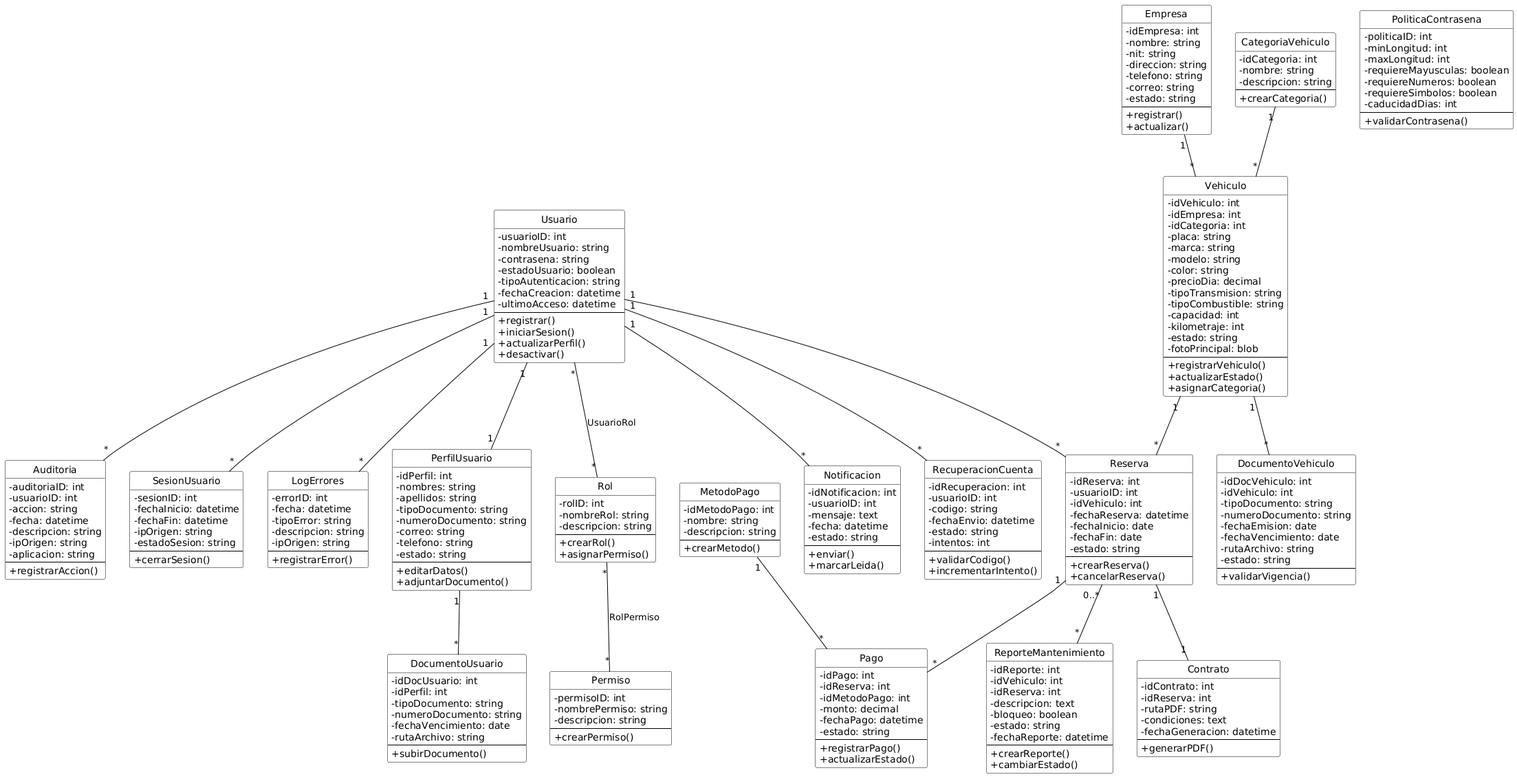
Before: Artefacto2_Proyecto/Diagrama_Clases.png, a diagram exported from PlantUML (Dannabarrios/Artefacto2_Proyecto).
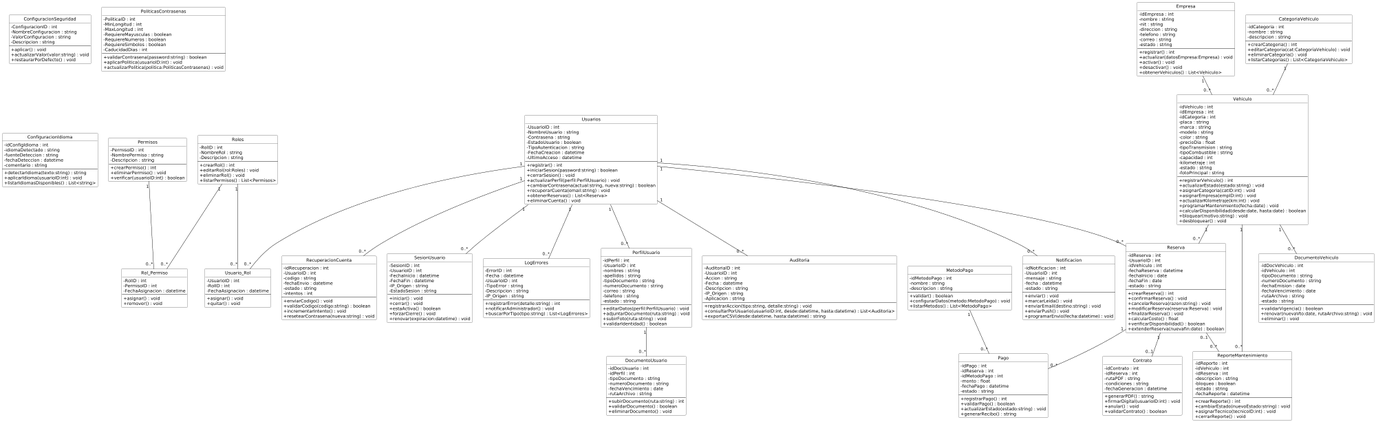
The same file after the commit.

What changed in the source:
```diff
@@ -1,268 +1,376 @@
 @startuml
+skinparam backgroundColor white
+skinparam class {
+    BackgroundColor White
+    ArrowColor Black
+    BorderColor Black
+}
+scale 2000 width
 
 hide circle
-skinparam classIcon false
+skinparam classAttributeIconSize 0
+skinparam classMethodIconSize 0
 
-skinparam class {
-    BackgroundColor White
-    BorderColor Black
-    ArrowColor Black
-    AttributeIconSize 0
+skinparam shadowing false
+skinparam defaultFontName "Arial"
+
+class Usuarios {
+    -UsuarioID : int
+    -NombreUsuario : string
+    -Contrasena : string
+    -EstadoUsuario : boolean
+    -TipoAutenticacion : string
+    -FechaCreacion : datetime
+    -UltimoAcceso : datetime
+    --
+    +registrar() : int
+    +iniciarSesion(password:string) : boolean
+    +cerrarSesion() : void
+    +actualizarPerfil(perfil:PerfilUsuario) : void
+    +cambiarContrasena(actual:string, nueva:string) : boolean
+    +recuperarCuenta(email:string) : void
+    +obtenerReservas() : List<Reserva>
+    +eliminarCuenta() : void
 }
 
-class Usuario {
-    -usuarioID: int
-    -nombreUsuario: string
-    -contrasena: string
-    -estadoUsuario: boolean
-    -tipoAutenticacion: string
-    -fechaCreacion: datetime
-    -ultimoAcceso: datetime
+class Roles {
+    -RolID : int
+    -NombreRol : string
+    -Descripcion : string
     --
-    +registrar()
-    +iniciarSesion()
-    +actualizarPerfil()
-    +desactivar()
+    +crearRol() : int
+    +editarRol(rol:Roles) : void
+    +eliminarRol() : void
+    +listarPermisos() : List<Permisos>
+}
+
+class Usuario_Rol {
+    -UsuarioID : int
+    -RolID : int
+    -FechaAsignacion : datetime
+    --
+    +asignar() : void
+    +quitar() : void
+}
+
+class Permisos {
+    -PermisoID : int
+    -NombrePermiso : string
+    -Descripcion : string
+    --
+    +crearPermiso() : int
+    +eliminarPermiso() : void
+    +verificar(usuarioID:int) : boolean
+}
+
+class Rol_Permiso {
+    -RolID : int
+    -PermisoID : int
+    -FechaAsignacion : datetime
+    --
+    +asignar() : void
+    +remover() : void
+}
+
+class Auditoria {
+    -AuditoriaID : int
+    -UsuarioID : int
+    -Accion : string
+    -Fecha : datetime
+    -Descripcion : string
+    -IP_Origen : string
+    -Aplicacion : string
+    --
+    +registrarAccion(tipo:string, detalle:string) : void
+    +consultarPorUsuario(usuarioID:int, desde:datetime, hasta:datetime) : List<Auditoria>
+    +exportarCSV(desde:datetime, hasta:datetime) : string
+}
+
+class ConfiguracionSeguridad {
+    -ConfiguracionID : int
+    -NombreConfiguracion : string
+    -ValorConfiguracion : string
+    -Descripcion : string
+    --
+    +aplicar() : void
+    +actualizarValor(valor:string) : void
+    +restaurarPorDefecto() : void
+}
+
+class SesionUsuario {
+    -SesionID : int
+    -UsuarioID : int
+    -FechaInicio : datetime
+    -FechaFin : datetime
+    -IP_Origen : string
+    -EstadoSesion : string
+    --
+    +iniciar() : void
+    +cerrar() : void
+    +estaActiva() : boolean
+    +forzarCierre() : void
+    +renovar(expiracion:datetime) : void
+}
+
+class LogErrores {
+    -ErrorID : int
+    -Fecha : datetime
+    -UsuarioID : int
+    -TipoError : string
+    -Descripcion : string
+    -IP_Origen : string
+    --
+    +registrarError(detalle:string) : int
+    +notificarAdministrador() : void
+    +buscarPorTipo(tipo:string) : List<LogErrores>
+}
+
+class PoliticasContrasenas {
+    -PoliticaID : int
+    -MinLongitud : int
+    -MaxLongitud : int
+    -RequiereMayusculas : boolean
+    -RequiereNumeros : boolean
+    -RequiereSimbolos : boolean
+    -CaducidadDias : int
+    --
+    +validarContrasena(password:string) : boolean
+    +aplicarPolitica(usuarioID:int) : void
+    +actualizarPolitica(politica:PoliticasContrasenas) : void
+}
+
+class Empresa {
+    -idEmpresa : int
+    -nombre : string
+    -nit : string
+    -direccion : string
+    -telefono : string
+    -correo : string
+    -estado : string
+    --
+    +registrar() : int
+    +actualizar(datosEmpresa:Empresa) : void
+    +activar() : void
+    +desactivar() : void
+    +obtenerVehiculos() : List<Vehiculo>
 }
 
 class PerfilUsuario {
-    -idPerfil: int
-    -nombres: string
-    -apellidos: string
-    -tipoDocumento: string
-    -numeroDocumento: string
-    -correo: string
-    -telefono: string
-    -estado: string
+    -idPerfil : int
+    -UsuarioID : int
+    -nombres : string
+    -apellidos : string
+    -tipoDocumento : string
+    -numeroDocumento : string
+    -correo : string
+    -telefono : string
+    -estado : string
     --
-    +editarDatos()
-    +adjuntarDocumento()
-}
-
-class Rol {
-    -rolID: int
-    -nombreRol: string
-    -descripcion: string
-    --
-    +crearRol()
-    +asignarPermiso()
-}
-
-class Permiso {
-    -permisoID: int
-    -nombrePermiso: string
-    -descripcion: string
-    --
-    +crearPermiso()
-}
-
-class Auditoria {
-    -auditoriaID: int
-    -usuarioID: int
-    -accion: string
-    -fecha: datetime
-    -descripcion: string
-    -ipOrigen: string
-    -aplicacion: string
-    --
-    +registrarAccion()
-}
-
-class SesionUsuario {
-    -sesionID: int
-    -fechaInicio: datetime
-    -fechaFin: datetime
-    -ipOrigen: string
-    -estadoSesion: string
-    --
-    +cerrarSesion()
-}
-
-class LogErrores {
-    -errorID: int
-    -fecha: datetime
-    -tipoError: string
-    -descripcion: string
-    -ipOrigen: string
-    --
-    +registrarError()
-}
-
-class PoliticaContrasena {
-    -politicaID: int
-    -minLongitud: int
-    -maxLongitud: int
-    -requiereMayusculas: boolean
-    -requiereNumeros: boolean
-    -requiereSimbolos: boolean
-    -caducidadDias: int
-    --
-    +validarContrasena()
-}
-
-class Empresa {
-    -idEmpresa: int
-    -nombre: string
-    -nit: string
-    -direccion: string
-    -telefono: string
-    -correo: string
-    -estado: string
-    --
-    +registrar()
-    +actualizar()
+    +editarDatos(perfil:PerfilUsuario) : void
+    +adjuntarDocumento(ruta:string) : void
+    +subirFoto(ruta:string) : void
+    +validarIdentidad() : boolean
 }
 
 class CategoriaVehiculo {
-    -idCategoria: int
-    -nombre: string
-    -descripcion: string
+    -idCategoria : int
+    -nombre : string
+    -descripcion : string
     --
-    +crearCategoria()
+    +crearCategoria() : int
+    +editarCategoria(cat:CategoriaVehiculo) : void
+    +eliminarCategoria() : void
+    +listarCategorias() : List<CategoriaVehiculo>
 }
 
 class Vehiculo {
-    -idVehiculo: int
-    -idEmpresa: int
-    -idCategoria: int
-    -placa: string
-    -marca: string
-    -modelo: string
-    -color: string
-    -precioDia: decimal
-    -tipoTransmision: string
-    -tipoCombustible: string
-    -capacidad: int
-    -kilometraje: int
-    -estado: string
-    -fotoPrincipal: blob
+    -idVehiculo : int
+    -idEmpresa : int
+    -idCategoria : int
+    -placa : string
+    -marca : string
+    -modelo : string
+    -color : string
+    -precioDia : float
+    -tipoTransmision : string
+    -tipoCombustible : string
+    -capacidad : int
+    -kilometraje : int
+    -estado : string
+    -fotoPrincipal : string
     --
-    +registrarVehiculo()
-    +actualizarEstado()
-    +asignarCategoria()
+    +registrarVehiculo() : int
+    +actualizarEstado(estado:string) : void
+    +asignarCategoria(catID:int) : void
+    +asignarEmpresa(empID:int) : void
+    +actualizarKilometraje(km:int) : void
+    +programarMantenimiento(fecha:date) : void
+    +calcularDisponibilidad(desde:date, hasta:date) : boolean
+    +bloquear(motivo:string) : void
+    +desbloquear() : void
 }
 
 class DocumentoVehiculo {
-    -idDocVehiculo: int
-    -idVehiculo: int
-    -tipoDocumento: string
-    -numeroDocumento: string
-    -fechaEmision: date
-    -fechaVencimiento: date
-    -rutaArchivo: string
-    -estado: string
+    -idDocVehiculo : int
+    -idVehiculo : int
+    -tipoDocumento : string
+    -numeroDocumento : string
+    -fechaEmision : date
+    -fechaVencimiento : date
+    -rutaArchivo : string
+    -estado : string
     --
-    +validarVigencia()
+    +validarVigencia() : boolean
+    +renovar(nuevaVto:date, rutaArchivo:string) : void
+    +eliminar() : void
 }
 
 class DocumentoUsuario {
-    -idDocUsuario: int
-    -idPerfil: int
-    -tipoDocumento: string
-    -numeroDocumento: string
-    -fechaVencimiento: date
-    -rutaArchivo: string
+    -idDocUsuario : int
+    -idPerfil : int
+    -tipoDocumento : string
+    -numeroDocumento : string
+    -fechaVencimiento : date
+    -rutaArchivo : string
     --
-    +subirDocumento()
+    +subirDocumento(ruta:string) : int
+    +validarDocumento() : boolean
+    +eliminarDocumento() : void
 }
 
 class Reserva {
-    -idReserva: int
-    -usuarioID: int
-    -idVehiculo: int
-    -fechaReserva: datetime
-    -fechaInicio: date
-    -fechaFin: date
-    -estado: string
+    -idReserva : int
+    -UsuarioID : int
+    -idVehiculo : int
+    -fechaReserva : datetime
+    -fechaInicio : date
+    -fechaFin : date
+    -estado : string
     --
-    +crearReserva()
-    +cancelarReserva()
+    +crearReserva() : int
+    +confirmarReserva() : void
+    +cancelarReserva(razon:string) : void
+    +modificarReserva(reserva:Reserva) : void
+    +finalizarReserva() : void
+    +calcularCosto() : float
+    +verificarDisponibilidad() : boolean
+    +extenderReserva(nuevafin:date) : boolean
 }
 
 class Contrato {
-    -idContrato: int
-    -idReserva: int
-    -rutaPDF: string
-    -condiciones: text
-    -fechaGeneracion: datetime
+    -idContrato : int
+    -idReserva : int
+    -rutaPDF : string
+    -condiciones : string
+    -fechaGeneracion : datetime
     --
-    +generarPDF()
+    +generarPDF() : string
+    +firmarDigital(usuarioID:int) : void
+    +anular() : void
+    +validarContrato() : boolean
 }
 
 class MetodoPago {
-    -idMetodoPago: int
-    -nombre: string
-    -descripcion: string
+    -idMetodoPago : int
+    -nombre : string
+    -descripcion : string
     --
-    +crearMetodo()
+    +validar() : boolean
+    +configurarDatos(metodo:MetodoPago) : void
+    +listarMetodos() : List<MetodoPago>
 }
 
 class Pago {
-    -idPago: int
-    -idReserva: int
-    -idMetodoPago: int
-    -monto: decimal
-    -fechaPago: datetime
-    -estado: string
+    -idPago : int
+    -idReserva : int
+    -idMetodoPago : int
+    -monto : float
+    -fechaPago : datetime
+    -estado : string
     --
-    +registrarPago()
-    +actualizarEstado()
+    +registrarPago() : int
+    +validarPago() : boolean
+    +actualizarEstado(estado:string) : void
+    +generarRecibo() : string
 }
 
 class ReporteMantenimiento {
-    -idReporte: int
-    -idVehiculo: int
-    -idReserva: int
-    -descripcion: text
-    -bloqueo: boolean
-    -estado: string
-    -fechaReporte: datetime
+    -idReporte : int
+    -idVehiculo : int
+    -idReserva : int
+    -descripcion : string
+    -bloqueo : boolean
+    -estado : string
+    -fechaReporte : datetime
     --
-    +crearReporte()
-    +cambiarEstado()
+    +crearReporte() : int
+    +cambiarEstado(nuevoEstado:string) : void
+    +asignarTecnico(tecnicoID:int) : void
+    +cerrarReporte() : void
 }
 
 class Notificacion {
-    -idNotificacion: int
-    -usuarioID: int
-    -mensaje: text
-    -fecha: datetime
-    -estado: string
+    -idNotificacion : int
+    -UsuarioID : int
+    -mensaje : string
+    -fecha : datetime
+    -estado : string
     --
-    +enviar()
-    +marcarLeida()
+    +enviar() : void
+    +marcarLeida() : void
+    +enviarEmail(destino:string) : void
+    +enviarPush() : void
+    +programarEnvio(fecha:datetime) : void
 }
 
 class RecuperacionCuenta {
-    -idRecuperacion: int
-    -usuarioID: int
-    -codigo: string
-    -fechaEnvio: datetime
-    -estado: string
-    -intentos: int
+    -idRecuperacion : int
+    -UsuarioID : int
+    -codigo : string
+    -fechaEnvio : datetime
+    -estado : string
+    -intentos : int
     --
-    +validarCodigo()
-    +incrementarIntento()
+    +enviarCodigo() : void
+    +validarCodigo(codigo:string) : boolean
+    +incrementarIntento() : void
+    +resetearContrasena(nueva:string) : void
 }
 
-Usuario "1" -- "1" PerfilUsuario
-Usuario "1" -- "*" SesionUsuario
-Usuario "1" -- "*" Auditoria
-Usuario "1" -- "*" Notificacion
-Usuario "1" -- "*" RecuperacionCuenta
-Usuario "1" -- "*" Reserva
-Usuario "1" -- "*" LogErrores
+class ConfiguracionIdioma {
+    -idConfigIdioma : int
+    -idiomaDetectado : string
+    -fuenteDeteccion : string
+    -fechaDeteccion : datetime
+    -comentario : string
+    --
+    +detectarIdioma(texto:string) : string
+    +aplicarIdioma(usuarioID:int) : void
+    +listarIdiomasDisponibles() : List<string>
+}
 
-Usuario "*" -- "*" Rol : UsuarioRol
-Rol "*" -- "*" Permiso : RolPermiso
+Usuarios "1" -- "0..*" Usuario_Rol
+Roles "1" -- "0..*" Usuario_Rol
+Roles "1" -- "0..*" Rol_Permiso
+Permisos "1" -- "0..*" Rol_Permiso
+Usuarios "1" -- "0..*" Auditoria
+Usuarios "1" -- "0..*" SesionUsuario
+Usuarios "1" -- "0..*" LogErrores
+Usuarios "1" -- "0..*" PerfilUsuario
+Usuarios "1" -- "0..*" Notificacion
+Usuarios "1" -- "0..*" RecuperacionCuenta
 
-Empresa "1" -- "*" Vehiculo
-CategoriaVehiculo "1" -- "*" Vehiculo
-Vehiculo "1" -- "*" DocumentoVehiculo
-PerfilUsuario "1" -- "*" DocumentoUsuario
-Vehiculo "1" -- "*" Reserva
-Reserva "1" -- "1" Contrato
-Reserva "1" -- "*" Pago
-Reserva "0..*" -- "*" ReporteMantenimiento
-MetodoPago "1" -- "*" Pago
+Empresa "1" -- "0..*" Vehiculo
+CategoriaVehiculo "1" -- "0..*" Vehiculo
+PerfilUsuario "1" -- "0..*" DocumentoUsuario
+Vehiculo "1" -- "0..*" DocumentoVehiculo
+
+Usuarios "1" -- "0..*" Reserva
+Vehiculo "1" -- "0..*" Reserva
+Reserva "1" -- "0..1" Contrato
+Reserva "1" -- "0..*" Pago
+MetodoPago "1" -- "0..*" Pago
+
+Vehiculo "1" -- "0..*" ReporteMantenimiento
+Reserva "0..1" -- "0..*" ReporteMantenimiento
 @enduml
```
